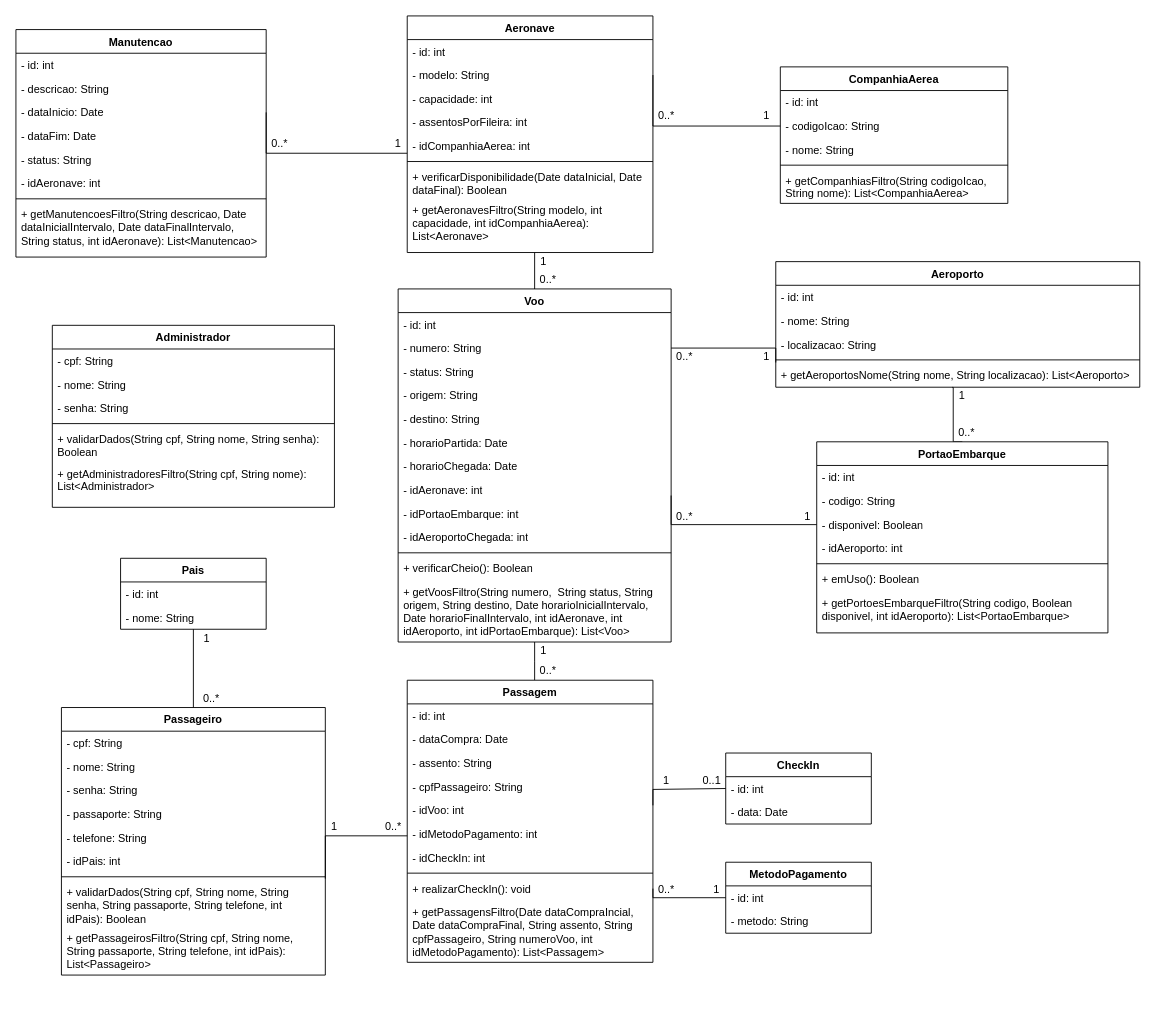
Before: Diagramas/Eng_de_Software/Modelos/Classes.drawio in GabrielGMori/trabalho-conclus-o-ano, a draw.io diagram. Source tidied: cells renumbered, new cells numbered last; positions are measured from the earlier drawing's top-left corner, leaving out a move shared by most shapes. Both pictures are drawn from the tidied source at 91%, with x=0, y=0 at pixel (15, 15).
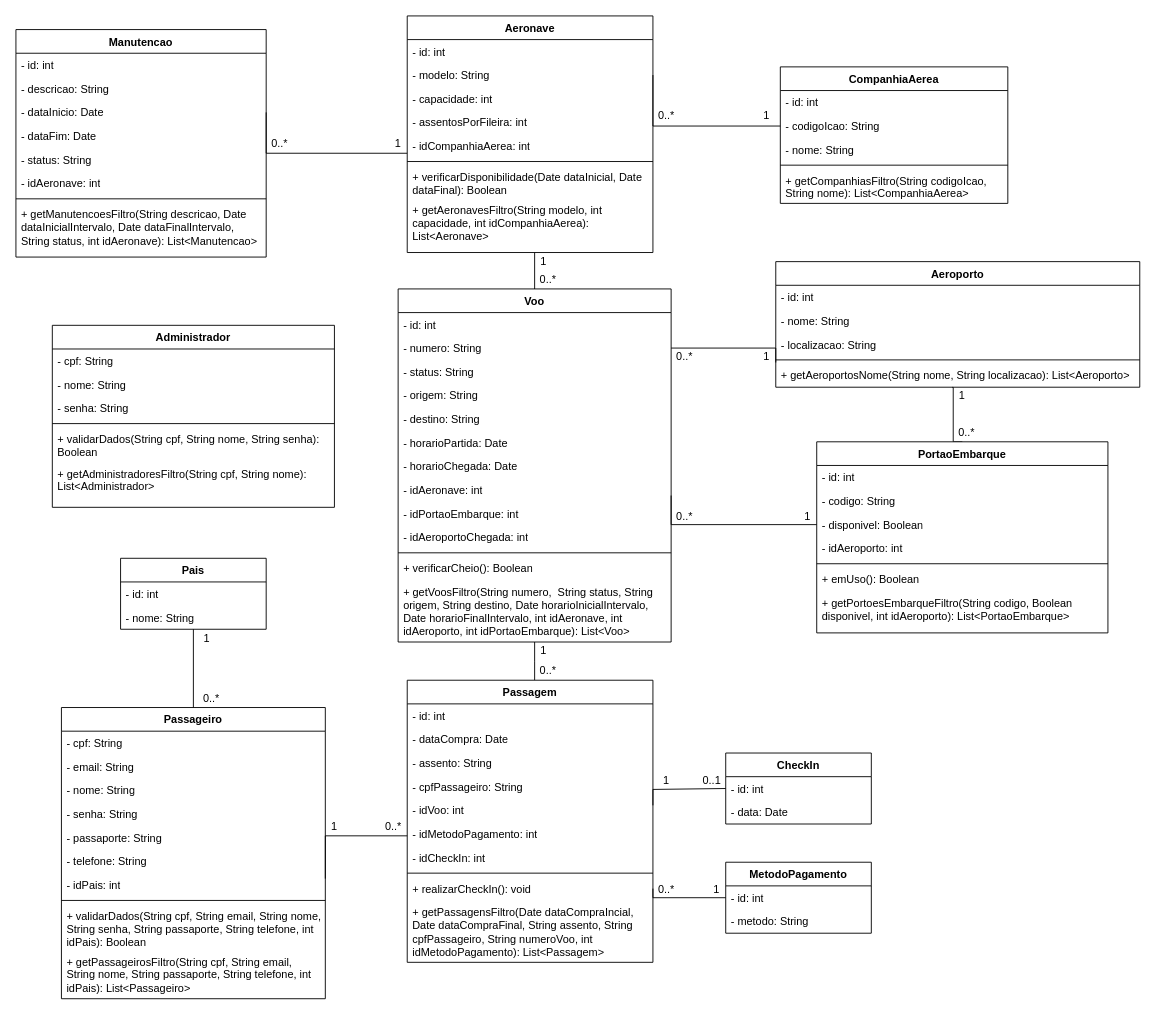
The same diagram, later.

Change to the diagram source:
```diff
@@
     <mxCell id="83" value="Passageiro" style="swimlane;fontStyle=1;align=center;verticalAlign=top;horizontal=1;startSize=26;whiteSpace=wrap;html=1;" parent="1" vertex="1">
-      <mxGeometry x="50" y="760" width="290" height="294" as="geometry" />
+      <mxGeometry x="50" y="760" width="290" height="320" as="geometry" />
     </mxCell>
@@
+    <mxCell id="124" value="- email: String" style="text;strokeColor=none;fillColor=none;align=left;verticalAlign=top;spacingLeft=4;spacingRight=4;overflow=hidden;whiteSpace=wrap;html=1;" parent="83" vertex="1">
+      <mxGeometry y="52" width="290" height="26" as="geometry" />
+    </mxCell>
     <mxCell id="85" value="- nome: String" style="text;strokeColor=none;fillColor=none;align=left;verticalAlign=top;spacingLeft=4;spacingRight=4;overflow=hidden;whiteSpace=wrap;html=1;" parent="83" vertex="1">
-      <mxGeometry y="52" width="290" height="26" as="geometry" />
+      <mxGeometry y="78" width="290" height="26" as="geometry" />
     </mxCell>
     <mxCell id="86" value="- senha: String" style="text;strokeColor=none;fillColor=none;align=left;verticalAlign=top;spacingLeft=4;spacingRight=4;overflow=hidden;whiteSpace=wrap;html=1;" parent="83" vertex="1">
-      <mxGeometry y="78" width="290" height="26" as="geometry" />
+      <mxGeometry y="104" width="290" height="26" as="geometry" />
     </mxCell>
     <mxCell id="87" value="- passaporte: String" style="text;strokeColor=none;fillColor=none;align=left;verticalAlign=top;spacingLeft=4;spacingRight=4;overflow=hidden;whiteSpace=wrap;html=1;" parent="83" vertex="1">
-      <mxGeometry y="104" width="290" height="26" as="geometry" />
+      <mxGeometry y="130" width="290" height="26" as="geometry" />
     </mxCell>
     <mxCell id="88" value="- telefone: String" style="text;strokeColor=none;fillColor=none;align=left;verticalAlign=top;spacingLeft=4;spacingRight=4;overflow=hidden;whiteSpace=wrap;html=1;" parent="83" vertex="1">
-      <mxGeometry y="130" width="290" height="26" as="geometry" />
+      <mxGeometry y="156" width="290" height="26" as="geometry" />
     </mxCell>
     <mxCell id="89" value="- idPais: int" style="text;strokeColor=none;fillColor=none;align=left;verticalAlign=top;spacingLeft=4;spacingRight=4;overflow=hidden;whiteSpace=wrap;html=1;" parent="83" vertex="1">
-      <mxGeometry y="156" width="290" height="26" as="geometry" />
+      <mxGeometry y="182" width="290" height="26" as="geometry" />
     </mxCell>
     <mxCell id="90" style="line;strokeWidth=1;fillColor=none;align=left;verticalAlign=middle;spacingTop=-1;spacingLeft=3;spacingRight=3;labelPosition=right;strokeColor=inherit;" parent="83" vertex="1">
-      <mxGeometry y="182" width="290" height="8" as="geometry" />
+      <mxGeometry y="208" width="290" height="8" as="geometry" />
     </mxCell>
-    <mxCell id="91" value="+ validarDados(String cpf, String nome, String senha, String passaporte, String telefone, int idPais): Boolean" style="text;strokeColor=none;fillColor=none;align=left;verticalAlign=top;spacingLeft=4;spacingRight=4;overflow=hidden;whiteSpace=wrap;html=1;" parent="83" vertex="1">
-      <mxGeometry y="190" width="290" height="50" as="geometry" />
+    <mxCell id="91" value="+ validarDados(String cpf, String email, String nome, String senha, String passaporte, String telefone, int idPais): Boolean" style="text;strokeColor=none;fillColor=none;align=left;verticalAlign=top;spacingLeft=4;spacingRight=4;overflow=hidden;whiteSpace=wrap;html=1;" parent="83" vertex="1">
+      <mxGeometry y="216" width="290" height="50" as="geometry" />
     </mxCell>
-    <mxCell id="92" value="+ getPassageirosFiltro(String cpf, String nome, String passaporte, String telefone, int idPais): List&amp;lt;Passageiro&amp;gt;" style="text;strokeColor=none;fillColor=none;align=left;verticalAlign=top;spacingLeft=4;spacingRight=4;overflow=hidden;whiteSpace=wrap;html=1;" parent="83" vertex="1">
-      <mxGeometry y="240" width="290" height="54" as="geometry" />
+    <mxCell id="92" value="+ getPassageirosFiltro(String cpf, String email, String nome, String passaporte, String telefone, int idPais): List&amp;lt;Passageiro&amp;gt;" style="text;strokeColor=none;fillColor=none;align=left;verticalAlign=top;spacingLeft=4;spacingRight=4;overflow=hidden;whiteSpace=wrap;html=1;" parent="83" vertex="1">
+      <mxGeometry y="266" width="290" height="54" as="geometry" />
     </mxCell>
```
